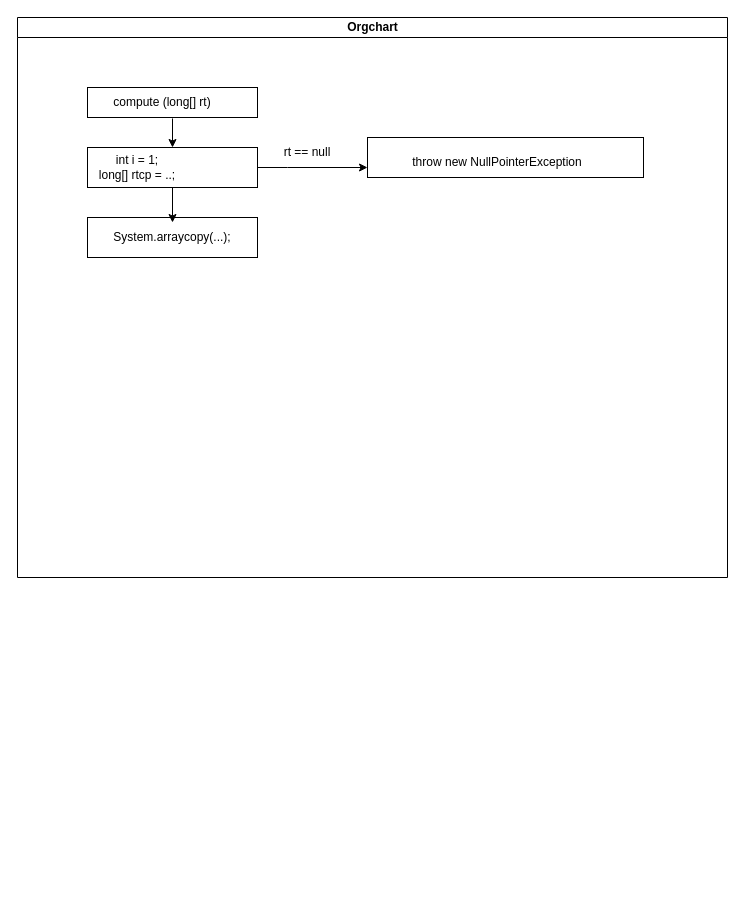
This is Se-ü5.drawio from Hiba97/Software-Engineering, a draw.io file, before an edit. Source tidied: cells renumbered, new cells numbered last; positions are measured from the earlier drawing's top-left corner, leaving out a move shared by most shapes. Both pictures are drawn from the tidied source at 100%, with x=0, y=0 at pixel (17, 17).
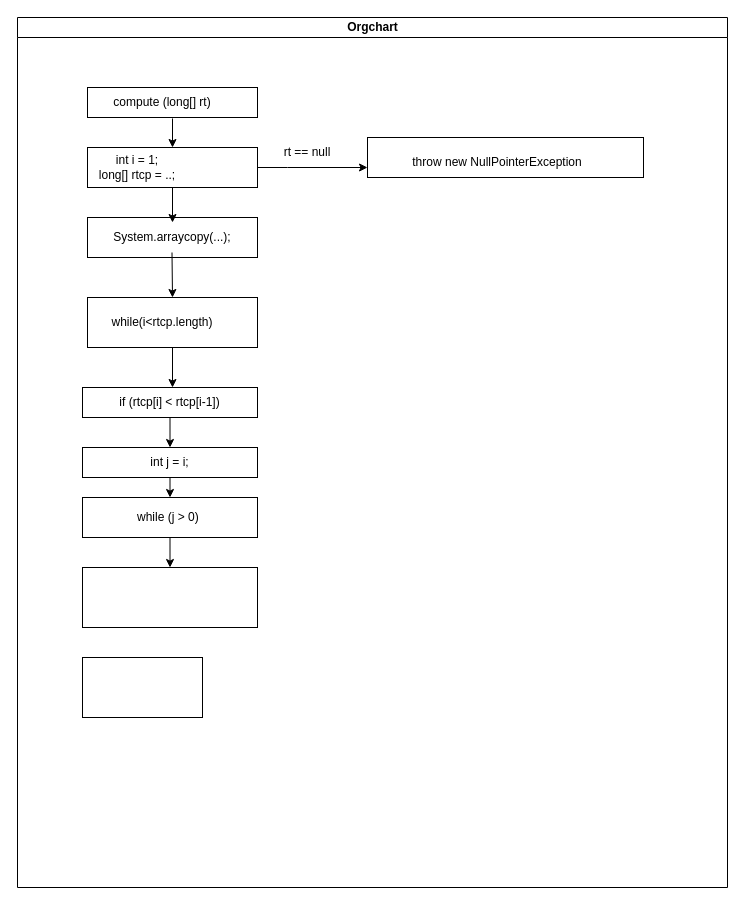
The same diagram, later.

Change to the diagram source:
```diff
@@
     <mxCell id="2" value="Orgchart" style="swimlane;html=1;startSize=20;horizontal=1;containerType=tree;glass=0;" parent="1" vertex="1">
-      <mxGeometry width="710" height="560" as="geometry" />
+      <mxGeometry width="710" height="870" as="geometry" />
     </mxCell>
@@
+    <mxCell id="15" style="rounded=0;whiteSpace=wrap;html=1;" parent="2" vertex="1">
+      <mxGeometry x="70" y="280" width="170" height="50" as="geometry" />
+    </mxCell>
+    <mxCell id="16" value="while(i&amp;lt;rtcp.length)" style="text;html=1;strokeColor=none;fillColor=none;align=center;verticalAlign=middle;whiteSpace=wrap;rounded=0;" parent="2" vertex="1">
+      <mxGeometry x="115" y="290" width="60" height="30" as="geometry" />
+    </mxCell>
+    <mxCell id="17" style="endArrow=classic;html=1;rounded=0;entryX=0.5;entryY=0;entryDx=0;entryDy=0;" parent="2" edge="1" target="15">
+      <mxGeometry relative="1" as="geometry">
+        <mxPoint x="154.5" y="235" as="sourcePoint" />
+      </mxGeometry>
+    </mxCell>
+    <mxCell id="18" style="endArrow=classic;html=1;rounded=0;exitX=0.5;exitY=1;exitDx=0;exitDy=0;" parent="2" edge="1" source="15">
+      <mxGeometry relative="1" as="geometry">
+        <mxPoint x="155" y="370" as="targetPoint" />
+      </mxGeometry>
+    </mxCell>
+    <mxCell id="19" value="if (rtcp[i] &amp;lt; rtcp[i-1])" style="rounded=0;whiteSpace=wrap;html=1;" parent="2" vertex="1">
+      <mxGeometry x="65" y="370" width="175" height="30" as="geometry" />
+    </mxCell>
+    <mxCell id="20" value="int j = i;" style="rounded=0;whiteSpace=wrap;html=1;" parent="2" vertex="1">
+      <mxGeometry x="65" y="430" width="175" height="30" as="geometry" />
+    </mxCell>
+    <mxCell id="21" value="while (j &amp;gt; 0)&amp;nbsp;" style="rounded=0;whiteSpace=wrap;html=1;" parent="2" vertex="1">
+      <mxGeometry x="65" y="480" width="175" height="40" as="geometry" />
+    </mxCell>
+    <mxCell id="22" style="endArrow=classic;html=1;rounded=0;exitX=0.5;exitY=1;exitDx=0;exitDy=0;entryX=0.5;entryY=0;entryDx=0;entryDy=0;" parent="2" edge="1" source="19" target="20">
+      <mxGeometry relative="1" as="geometry" />
+    </mxCell>
+    <mxCell id="23" style="endArrow=classic;html=1;rounded=0;exitX=0.5;exitY=1;exitDx=0;exitDy=0;entryX=0.5;entryY=0;entryDx=0;entryDy=0;" parent="2" edge="1" source="20" target="21">
+      <mxGeometry relative="1" as="geometry" />
+    </mxCell>
+    <mxCell id="24" style="rounded=0;whiteSpace=wrap;html=1;" parent="2" vertex="1">
+      <mxGeometry x="65" y="550" width="175" height="60" as="geometry" />
+    </mxCell>
+    <mxCell id="25" style="endArrow=classic;html=1;rounded=0;exitX=0.5;exitY=1;exitDx=0;exitDy=0;entryX=0.5;entryY=0;entryDx=0;entryDy=0;" parent="2" edge="1" source="21" target="24">
+      <mxGeometry relative="1" as="geometry" />
+    </mxCell>
+    <mxCell id="26" style="rounded=0;whiteSpace=wrap;html=1;" parent="2" vertex="1">
+      <mxGeometry x="65" y="640" width="120" height="60" as="geometry" />
+    </mxCell>
```
